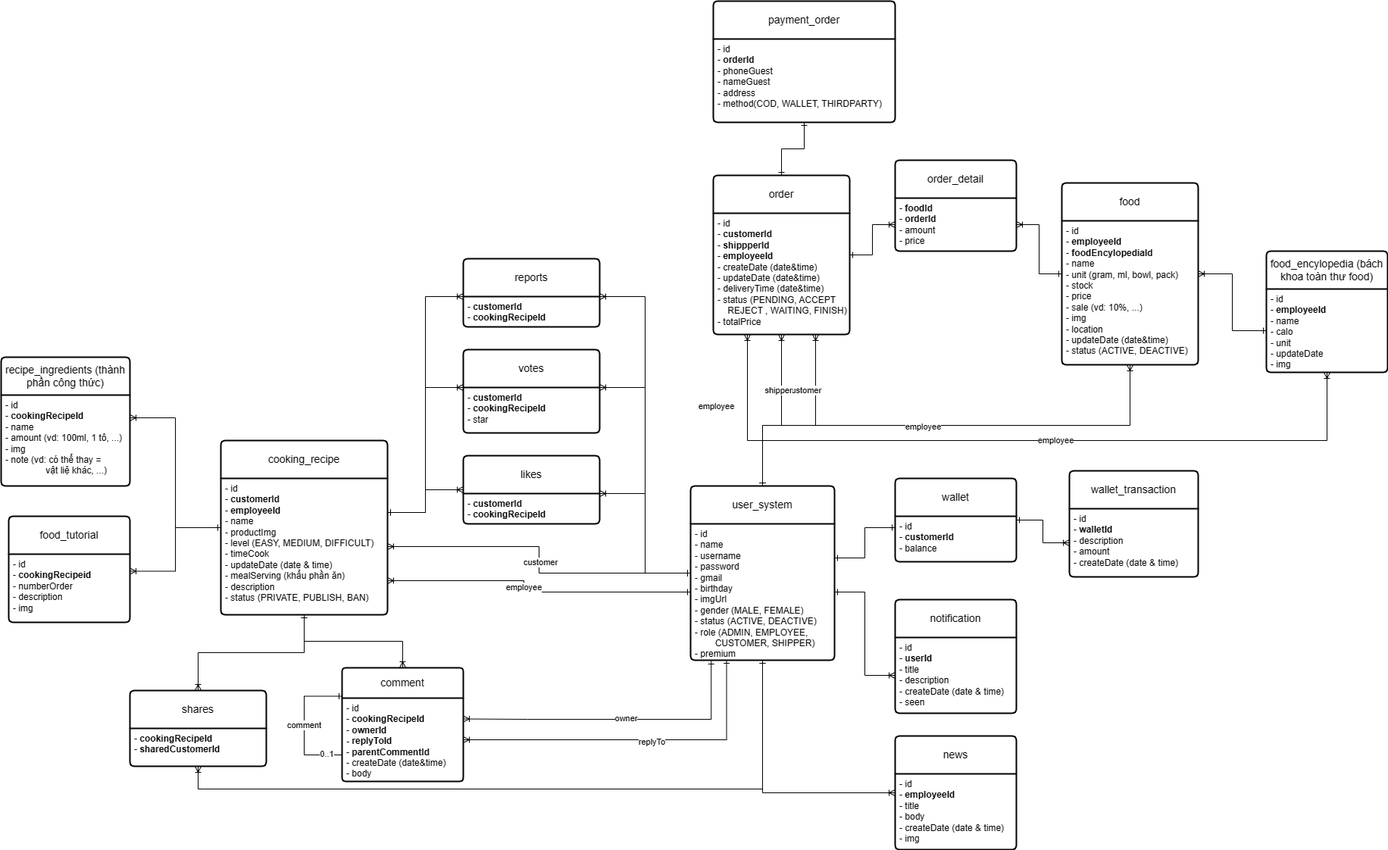
BlueEyesssss/energy-handbook keeps this draw.io diagram as Documents/energy_handbook-database.drawio.png. Above is the earlier version. Source tidied: cells renumbered, new cells last; positions are measured from the earlier drawing's top-left corner, leaving out a move shared by most shapes.
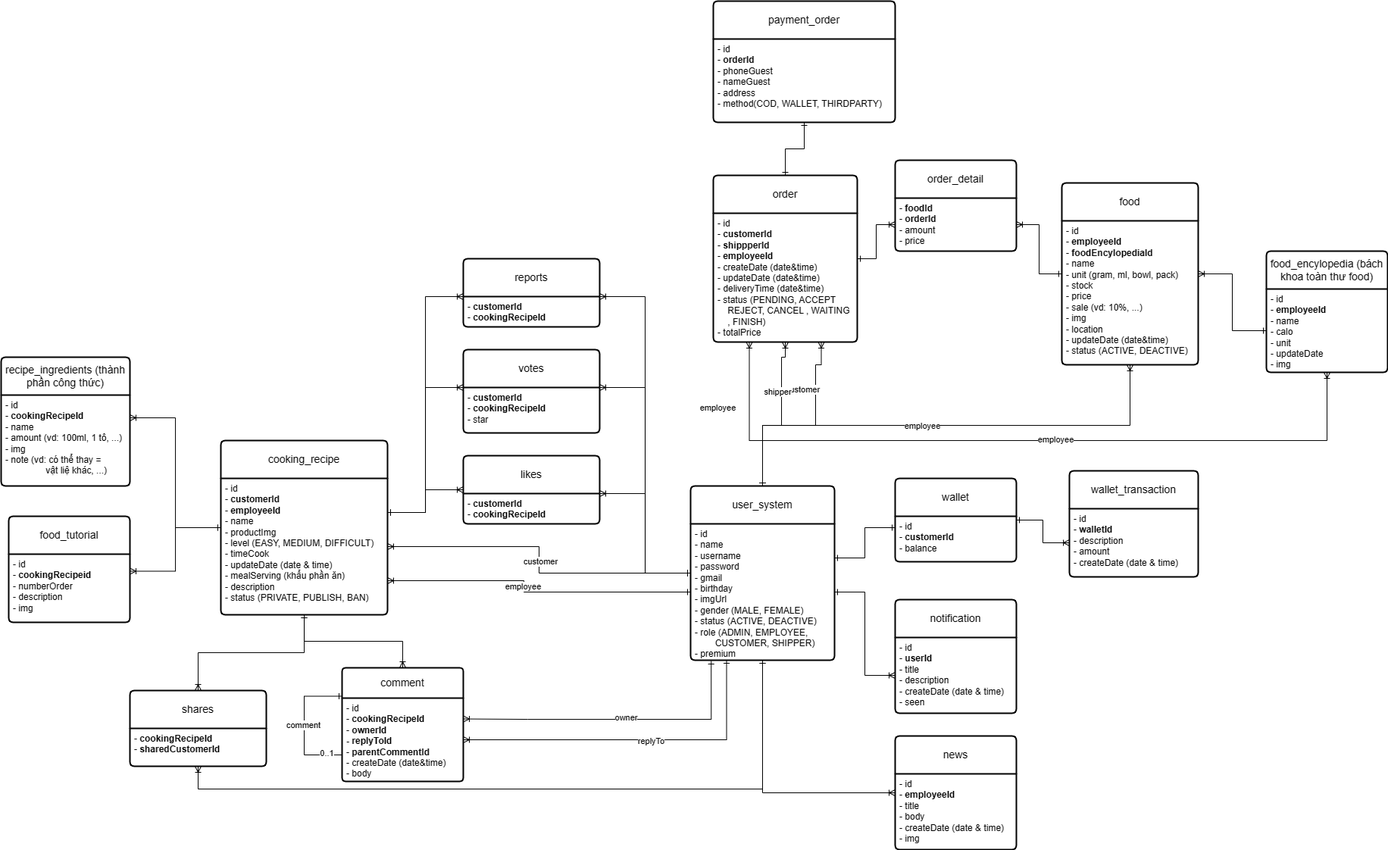
After the commit.

The edit, as a diff of the source:
```diff
@@ -21,6 +21,8 @@
         <Array as="points">
           <mxPoint x="1005" y="560" />
           <mxPoint x="1075" y="560" />
+          <mxPoint x="1075" y="480" />
+          <mxPoint x="1083" y="480" />
         </Array>
       </mxGeometry>
     </mxCell>
@@ -34,6 +36,8 @@
         <Array as="points">
           <mxPoint x="1005" y="560" />
           <mxPoint x="1030" y="560" />
+          <mxPoint x="1030" y="470" />
+          <mxPoint x="1035" y="470" />
         </Array>
       </mxGeometry>
     </mxCell>
@@ -46,7 +50,7 @@
       <mxGeometry relative="1" as="geometry">
         <Array as="points">
           <mxPoint x="1005" y="580" />
-          <mxPoint x="985" y="580" />
+          <mxPoint x="988" y="580" />
         </Array>
       </mxGeometry>
     </mxCell>
@@ -174,10 +178,10 @@
       <mxGeometry relative="1" as="geometry" />
     </mxCell>
     <mxCell id="40" value="order" style="swimlane;horizontal=1;startSize=50;rounded=1;fontSize=14;fontStyle=0;strokeWidth=2;shadow=0;dashed=0;align=center;arcSize=4;whiteSpace=wrap;html=1;" parent="1" vertex="1">
-      <mxGeometry x="940" y="230" width="180" height="210" as="geometry" />
+      <mxGeometry x="940" y="230" width="190" height="220" as="geometry" />
     </mxCell>
-    <mxCell id="41" value="- id&lt;div&gt;- &lt;b&gt;customerId&lt;br&gt;&lt;/b&gt;&lt;/div&gt;&lt;div&gt;-&lt;b&gt; shippperId&lt;/b&gt;&lt;/div&gt;&lt;div&gt;-&lt;b&gt; employeeId&lt;/b&gt;&lt;/div&gt;&lt;div&gt;- createDate (date&amp;amp;time)&lt;/div&gt;&lt;div&gt;- updateDate (date&amp;amp;time)&lt;/div&gt;&lt;div&gt;- deliveryTime (date&amp;amp;time)&lt;/div&gt;&lt;div&gt;- status (PENDING, ACCEPT&lt;/div&gt;&lt;div&gt;&amp;nbsp; &amp;nbsp; REJECT , WAITING, FINISH)&lt;/div&gt;&lt;div&gt;- totalPrice&lt;/div&gt;" style="align=left;strokeColor=none;fillColor=none;spacingLeft=4;fontSize=12;verticalAlign=top;html=1;" parent="40" vertex="1">
-      <mxGeometry y="50" width="180" height="160" as="geometry" />
+    <mxCell id="41" value="- id&lt;div&gt;- &lt;b&gt;customerId&lt;br&gt;&lt;/b&gt;&lt;/div&gt;&lt;div&gt;-&lt;b&gt; shippperId&lt;/b&gt;&lt;/div&gt;&lt;div&gt;-&lt;b&gt; employeeId&lt;/b&gt;&lt;/div&gt;&lt;div&gt;- createDate (date&amp;amp;time)&lt;/div&gt;&lt;div&gt;- updateDate (date&amp;amp;time)&lt;/div&gt;&lt;div&gt;- deliveryTime (date&amp;amp;time)&lt;/div&gt;&lt;div&gt;- status (PENDING, ACCEPT&lt;/div&gt;&lt;div&gt;&amp;nbsp; &amp;nbsp; REJECT, CANCEL , WAITING&lt;/div&gt;&lt;div&gt;&amp;nbsp; &amp;nbsp; ,&lt;span style=&quot;background-color: initial;&quot;&gt;&amp;nbsp;FINISH)&lt;/span&gt;&lt;/div&gt;&lt;div&gt;- totalPrice&lt;/div&gt;" style="align=left;strokeColor=none;fillColor=none;spacingLeft=4;fontSize=12;verticalAlign=top;html=1;" parent="40" vertex="1">
+      <mxGeometry y="50" width="190" height="170" as="geometry" />
     </mxCell>
     <mxCell id="42" style="edgeStyle=orthogonalEdgeStyle;rounded=0;jettySize=auto;html=1;entryX=0;entryY=0.25;entryDx=0;entryDy=0;exitX=1;exitY=0.25;exitDx=0;exitDy=0;startArrow=ERone;startFill=0;endArrow=ERone;endFill=0;" parent="1" edge="1" source="21" target="35">
       <mxGeometry relative="1" as="geometry" />
```
